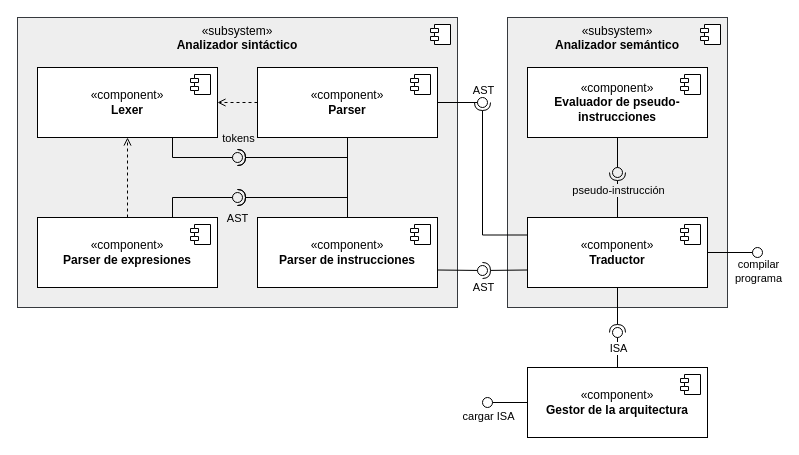
The draw.io diagram img/components.drawio in ALVAROPING1/TFG, before the edit. Source tidied: cells renumbered, new cells numbered last; positions are measured from the earlier drawing's top-left corner, leaving out a move shared by most shapes. Both pictures are drawn from the tidied source at 100%, with x=0, y=0 at pixel (17, 17).
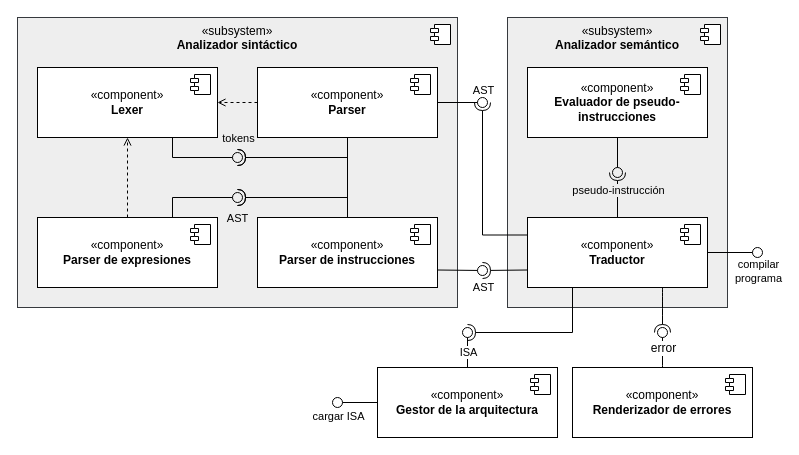
The same diagram, later.

Unchanged cells that the change refers to:
```xml
<mxCell id="24" value="«component»&lt;br&gt;&lt;b&gt;Traductor&lt;/b&gt;" style="html=1;whiteSpace=wrap;" parent="1" vertex="1">
  <mxGeometry x="510" y="200" width="180" height="70" as="geometry" />
</mxCell>
<mxCell id="39" style="rounded=0;jettySize=auto;html=1;endArrow=oval;endFill=0;sketch=0;sourcePerimeterSpacing=0;targetPerimeterSpacing=0;endSize=10;exitX=0.5;exitY=0;exitDx=0;exitDy=0;" parent="1" edge="1" source="2" target="41">
  <mxGeometry relative="1" as="geometry" />
</mxCell>
```

What changed in the source:
```diff
@@
     <mxCell id="2" value="«component»&lt;br&gt;&lt;b&gt;Gestor de la arquitectura&lt;/b&gt;" style="html=1;whiteSpace=wrap;" parent="1" vertex="1">
-      <mxGeometry x="510" y="350" width="180" height="70" as="geometry" />
+      <mxGeometry x="360" y="350" width="180" height="70" as="geometry" />
     </mxCell>
@@
     <mxCell id="36" style="rounded=0;jettySize=auto;html=1;endArrow=oval;endFill=0;sketch=0;sourcePerimeterSpacing=0;targetPerimeterSpacing=0;endSize=10;" parent="1" edge="1" source="2">
       <mxGeometry relative="1" as="geometry">
-        <mxPoint x="470" y="385" as="targetPoint" />
+        <mxPoint x="320" y="385" as="targetPoint" />
       </mxGeometry>
     </mxCell>
@@
-    <mxCell id="38" style="rounded=0;jettySize=auto;html=1;endArrow=halfCircle;endFill=0;endSize=6;strokeWidth=1;sketch=0;elbow=vertical;exitX=0.5;exitY=1;exitDx=0;exitDy=0;" parent="1" edge="1" source="24" target="41">
-      <mxGeometry relative="1" as="geometry" />
+    <mxCell id="38" style="rounded=0;jettySize=auto;html=1;endArrow=halfCircle;endFill=0;endSize=6;strokeWidth=1;sketch=0;exitX=0.25;exitY=1;exitDx=0;exitDy=0;edgeStyle=orthogonalEdgeStyle;" parent="1" edge="1" source="24" target="41">
+      <mxGeometry relative="1" as="geometry">
+        <Array as="points">
+          <mxPoint x="555" y="315" />
+        </Array>
+      </mxGeometry>
     </mxCell>
@@
     <mxCell id="40" value="ISA" style="edgeLabel;html=1;align=center;verticalAlign=middle;" parent="39" vertex="1">
       <mxGeometry x="0.92" y="1" relative="1" as="geometry">
-        <mxPoint x="1" y="14" as="offset" />
+        <mxPoint x="1" y="18" as="offset" />
       </mxGeometry>
     </mxCell>
     <mxCell id="41" style="ellipse;whiteSpace=wrap;html=1;align=center;fillColor=none;strokeColor=none;perimeter=centerPerimeter;points=[];outlineConnect=1;" parent="1" vertex="1">
-      <mxGeometry x="595" y="310" width="10" height="10" as="geometry" />
+      <mxGeometry x="445" y="310" width="10" height="10" as="geometry" />
     </mxCell>
@@
+    <mxCell id="51" value="«component»&lt;br&gt;&lt;b&gt;Renderizador de errores&lt;br&gt;&lt;/b&gt;" style="html=1;whiteSpace=wrap;" parent="1" vertex="1">
+      <mxGeometry x="555" y="350" width="180" height="70" as="geometry" />
+    </mxCell>
+    <mxCell id="52" style="shape=module;jettyWidth=8;jettyHeight=4;" parent="51" vertex="1">
+      <mxGeometry x="1" width="20" height="20" relative="1" as="geometry">
+        <mxPoint x="-27" y="7" as="offset" />
+      </mxGeometry>
+    </mxCell>
+    <mxCell id="53" style="rounded=0;jettySize=auto;html=1;endArrow=halfCircle;endFill=0;endSize=6;strokeWidth=1;sketch=0;fontSize=12;curved=1;exitX=0.75;exitY=1;exitDx=0;exitDy=0;" parent="1" edge="1" source="24" target="56">
+      <mxGeometry relative="1" as="geometry" />
+    </mxCell>
+    <mxCell id="54" style="rounded=0;jettySize=auto;html=1;endArrow=oval;endFill=0;sketch=0;sourcePerimeterSpacing=0;targetPerimeterSpacing=0;endSize=10;fontSize=12;curved=1;exitX=0.5;exitY=0;exitDx=0;exitDy=0;" parent="1" edge="1" source="51" target="56">
+      <mxGeometry relative="1" as="geometry" />
+    </mxCell>
+    <mxCell id="55" value="error" style="edgeLabel;html=1;align=center;verticalAlign=middle;fontSize=12;" parent="54" vertex="1">
+      <mxGeometry x="0.33" y="-3" relative="1" as="geometry">
+        <mxPoint x="-3" y="3" as="offset" />
+      </mxGeometry>
+    </mxCell>
+    <mxCell id="56" style="ellipse;whiteSpace=wrap;html=1;align=center;fillColor=none;strokeColor=none;perimeter=centerPerimeter;points=[];outlineConnect=1;" parent="1" vertex="1">
+      <mxGeometry x="640" y="310" width="10" height="10" as="geometry" />
+    </mxCell>
```
